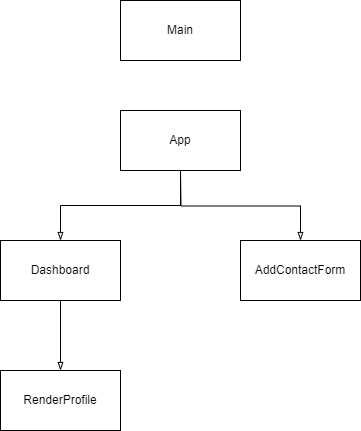
The draw.io diagram react-address-book.drawio.png in boolean-uk/react-address-book-part-1, before a commit. Source tidied: cells renumbered, new cells last; positions are measured from the earlier drawing's top-left corner, leaving out a move shared by most shapes. Its diagram source:
```xml
<mxGraphModel>
  <root>
    <mxCell id="0" />
    <mxCell id="1" parent="0" />
    <mxCell id="2" value="Main" style="rounded=0;whiteSpace=wrap;html=1;" parent="1" vertex="1">
      <mxGeometry x="120" width="120" height="60" as="geometry" />
    </mxCell>
    <mxCell id="3" value="App" style="rounded=0;whiteSpace=wrap;html=1;" parent="1" vertex="1">
      <mxGeometry x="120" y="110" width="120" height="60" as="geometry" />
    </mxCell>
    <mxCell id="4" style="edgeStyle=orthogonalEdgeStyle;rounded=0;jettySize=auto;html=1;exitX=0.5;exitY=0;exitDx=0;exitDy=0;startArrow=blockThin;startFill=0;endArrow=none;endFill=0;" parent="1" edge="1" source="5">
      <mxGeometry relative="1" as="geometry">
        <mxPoint x="180" y="170" as="targetPoint" />
      </mxGeometry>
    </mxCell>
    <mxCell id="5" value="AddContactForm" style="rounded=0;whiteSpace=wrap;html=1;" parent="1" vertex="1">
      <mxGeometry x="240" y="240" width="120" height="60" as="geometry" />
    </mxCell>
    <mxCell id="6" style="edgeStyle=orthogonalEdgeStyle;rounded=0;jettySize=auto;html=1;exitX=0.5;exitY=0;exitDx=0;exitDy=0;entryX=0.5;entryY=1;entryDx=0;entryDy=0;startArrow=blockThin;startFill=0;endArrow=none;endFill=0;" parent="1" edge="1" source="8" target="3">
      <mxGeometry relative="1" as="geometry" />
    </mxCell>
    <mxCell id="7" style="edgeStyle=orthogonalEdgeStyle;rounded=0;jettySize=auto;html=1;exitX=0.5;exitY=1;exitDx=0;exitDy=0;entryX=0.5;entryY=0;entryDx=0;entryDy=0;endArrow=blockThin;endFill=0;" parent="1" edge="1" source="8" target="9">
      <mxGeometry relative="1" as="geometry" />
    </mxCell>
    <mxCell id="8" value="Dashboard" style="rounded=0;whiteSpace=wrap;html=1;" parent="1" vertex="1">
      <mxGeometry y="240" width="120" height="60" as="geometry" />
    </mxCell>
    <mxCell id="9" value="RenderProfile" style="rounded=0;whiteSpace=wrap;html=1;" parent="1" vertex="1">
      <mxGeometry y="370" width="120" height="60" as="geometry" />
    </mxCell>
  </root>
</mxGraphModel>
```
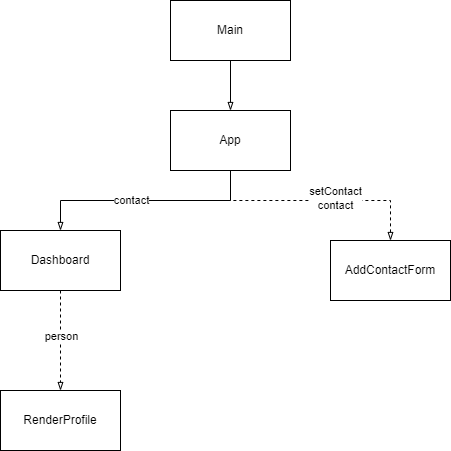
The same file after the commit.

Change to the diagram source:
```diff
@@ -2,31 +2,47 @@
   <root>
     <mxCell id="0" />
     <mxCell id="1" parent="0" />
+    <mxCell id="10" style="edgeStyle=orthogonalEdgeStyle;rounded=0;jettySize=auto;html=1;exitX=0.5;exitY=1;exitDx=0;exitDy=0;entryX=0.5;entryY=0;entryDx=0;entryDy=0;endArrow=blockThin;endFill=0;" parent="1" edge="1" source="2" target="3">
+      <mxGeometry relative="1" as="geometry" />
+    </mxCell>
     <mxCell id="2" value="Main" style="rounded=0;whiteSpace=wrap;html=1;" parent="1" vertex="1">
       <mxGeometry x="120" width="120" height="60" as="geometry" />
     </mxCell>
     <mxCell id="3" value="App" style="rounded=0;whiteSpace=wrap;html=1;" parent="1" vertex="1">
       <mxGeometry x="120" y="110" width="120" height="60" as="geometry" />
     </mxCell>
-    <mxCell id="4" style="edgeStyle=orthogonalEdgeStyle;rounded=0;jettySize=auto;html=1;exitX=0.5;exitY=0;exitDx=0;exitDy=0;startArrow=blockThin;startFill=0;endArrow=none;endFill=0;" parent="1" edge="1" source="5">
+    <mxCell id="4" style="edgeStyle=orthogonalEdgeStyle;rounded=0;jettySize=auto;html=1;exitX=0.5;exitY=0;exitDx=0;exitDy=0;startArrow=blockThin;startFill=0;endArrow=none;endFill=0;dashed=1;" parent="1" edge="1" source="5">
       <mxGeometry relative="1" as="geometry">
         <mxPoint x="180" y="170" as="targetPoint" />
+        <Array as="points">
+          <mxPoint x="300" y="200" />
+          <mxPoint x="181" y="200" />
+        </Array>
       </mxGeometry>
     </mxCell>
+    <mxCell id="11" value="setContact&lt;br&gt;contact" style="edgeLabel;html=1;align=center;verticalAlign=middle;" parent="4" vertex="1">
+      <mxGeometry x="-0.16" y="-3" relative="1" as="geometry" />
+    </mxCell>
     <mxCell id="5" value="AddContactForm" style="rounded=0;whiteSpace=wrap;html=1;" parent="1" vertex="1">
-      <mxGeometry x="240" y="240" width="120" height="60" as="geometry" />
+      <mxGeometry x="280" y="240" width="120" height="60" as="geometry" />
     </mxCell>
     <mxCell id="6" style="edgeStyle=orthogonalEdgeStyle;rounded=0;jettySize=auto;html=1;exitX=0.5;exitY=0;exitDx=0;exitDy=0;entryX=0.5;entryY=1;entryDx=0;entryDy=0;startArrow=blockThin;startFill=0;endArrow=none;endFill=0;" parent="1" edge="1" source="8" target="3">
       <mxGeometry relative="1" as="geometry" />
     </mxCell>
+    <mxCell id="12" value="contact" style="edgeLabel;html=1;align=center;verticalAlign=middle;" parent="6" vertex="1">
+      <mxGeometry x="-0.13" y="1" relative="1" as="geometry" />
+    </mxCell>
-    <mxCell id="7" style="edgeStyle=orthogonalEdgeStyle;rounded=0;jettySize=auto;html=1;exitX=0.5;exitY=1;exitDx=0;exitDy=0;entryX=0.5;entryY=0;entryDx=0;entryDy=0;endArrow=blockThin;endFill=0;" parent="1" edge="1" source="8" target="9">
+    <mxCell id="7" style="edgeStyle=orthogonalEdgeStyle;rounded=0;jettySize=auto;html=1;exitX=0.5;exitY=1;exitDx=0;exitDy=0;entryX=0.5;entryY=0;entryDx=0;entryDy=0;endArrow=blockThin;endFill=0;dashed=1;" parent="1" edge="1" source="8" target="9">
       <mxGeometry relative="1" as="geometry" />
     </mxCell>
+    <mxCell id="13" value="person" style="edgeLabel;html=1;align=center;verticalAlign=middle;" parent="7" vertex="1">
+      <mxGeometry x="-0.11" relative="1" as="geometry" />
+    </mxCell>
     <mxCell id="8" value="Dashboard" style="rounded=0;whiteSpace=wrap;html=1;" parent="1" vertex="1">
-      <mxGeometry y="240" width="120" height="60" as="geometry" />
+      <mxGeometry x="-50" y="230" width="120" height="60" as="geometry" />
     </mxCell>
     <mxCell id="9" value="RenderProfile" style="rounded=0;whiteSpace=wrap;html=1;" parent="1" vertex="1">
-      <mxGeometry y="370" width="120" height="60" as="geometry" />
+      <mxGeometry x="-50" y="390" width="120" height="60" as="geometry" />
     </mxCell>
   </root>
 </mxGraphModel>
```
